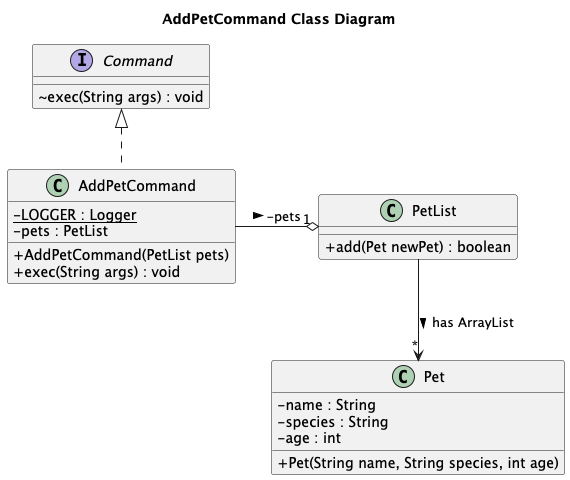
This is docs/diagrams/AddPetCommand_Class_Diagram.png from Kevin88866/tp, a PlantUML export, as it was before one commit.
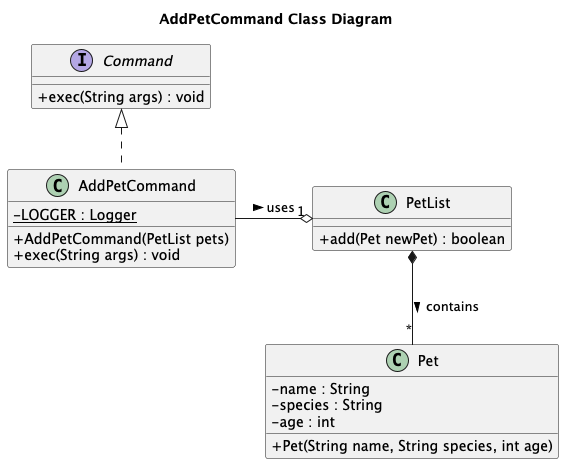
Later version of the same file.

Commit message:
Generate new class diagram for AddPetCommand

What changed in the source:
```diff
@@ -3,12 +3,11 @@
 title AddPetCommand Class Diagram
 
 interface Command {
-    ~ exec(String args) : void
+    + exec(String args) : void
 }
 
 class AddPetCommand {
     - {static} LOGGER : Logger
-    - pets : PetList
     + AddPetCommand(PetList pets)
     + exec(String args) : void
 }
@@ -26,9 +25,9 @@
 
 Command <|.. AddPetCommand
 
-AddPetCommand --o "1" PetList : -pets >
+AddPetCommand --o "1" PetList : uses >
 
-PetList --> "*" Pet : has ArrayList >
+PetList *-- "*" Pet : contains >
 
 AddPetCommand -right[hidden]- PetList
 
```
